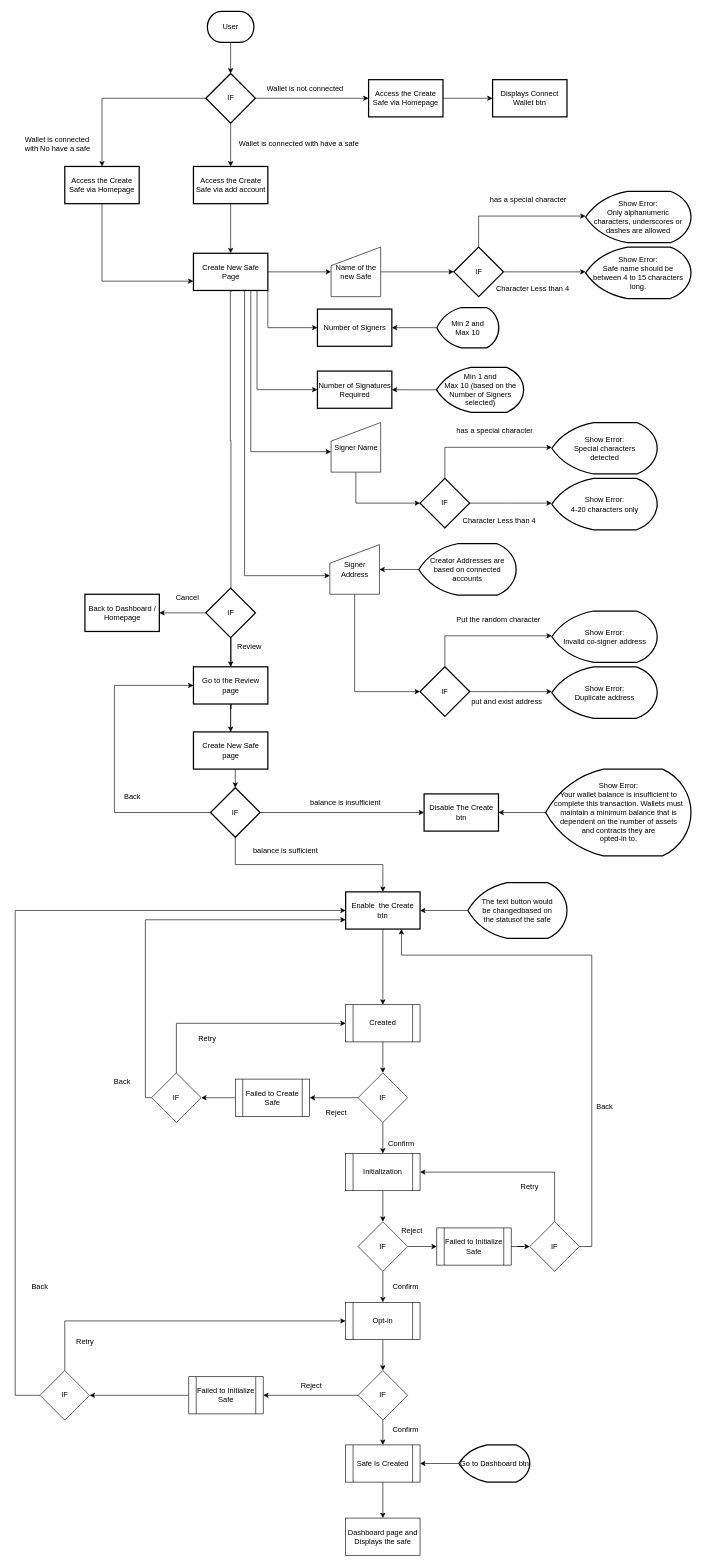
This is page "Create new Safe" (2 of 2) of AlgoSafe.drawio from RotamaPandi/AlgoSafe_WorkFlow, a draw.io file, before an edit. Source tidied: cells renumbered, new cells numbered last; positions are measured from the earlier drawing's top-left corner, leaving out a move shared by most shapes. Both pictures are drawn from the tidied source at 62%, with x=0, y=0 at pixel (15, 11).
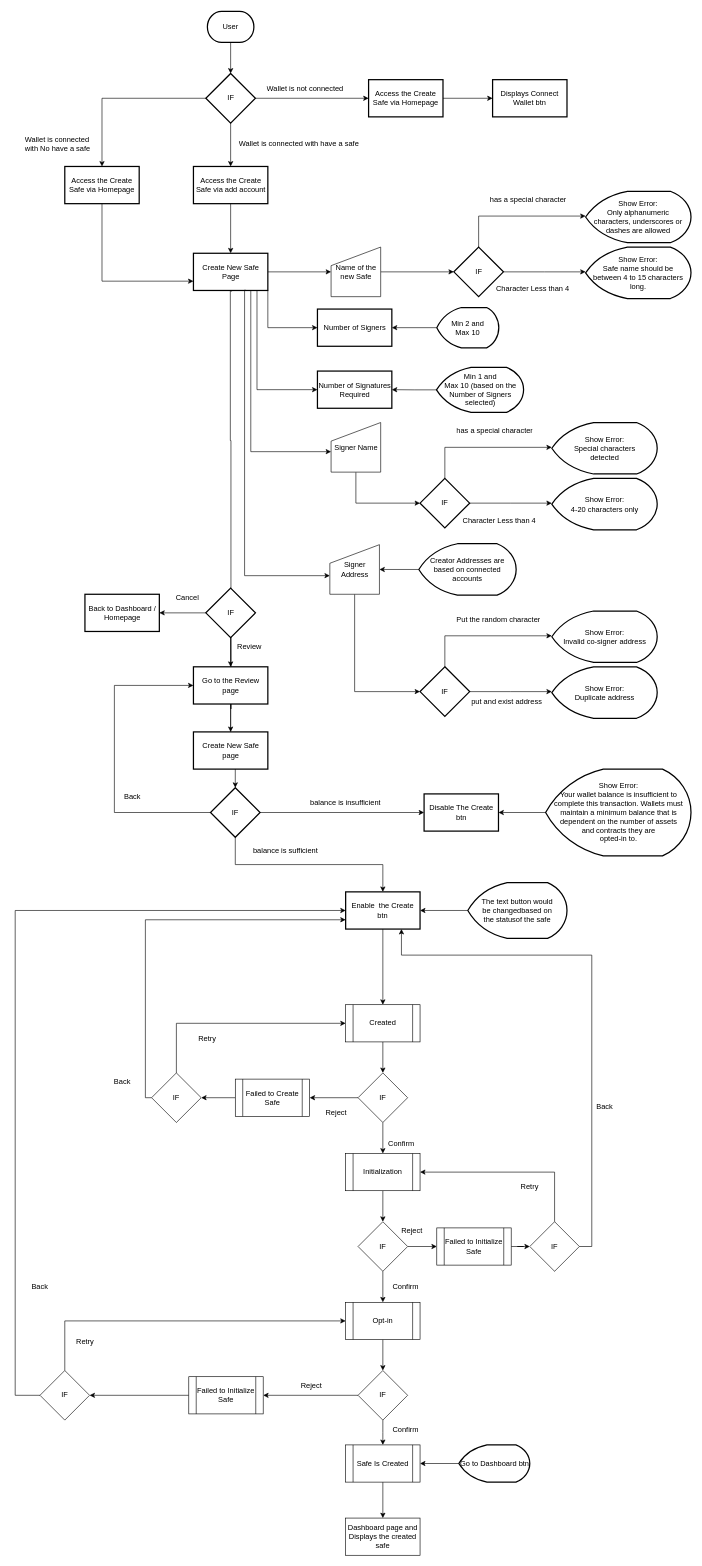
The same diagram, later.

Diff of the diagram source:
```diff
@@
-    <mxCell id="115" value="Dashboard page and Displays the safe" style="whiteSpace=wrap;html=1;" parent="1" vertex="1">
+    <mxCell id="115" value="Dashboard page and Displays the created safe" style="whiteSpace=wrap;html=1;" parent="1" vertex="1">
       <mxGeometry x="533" y="2430" width="120" height="60" as="geometry" />
     </mxCell>
```
